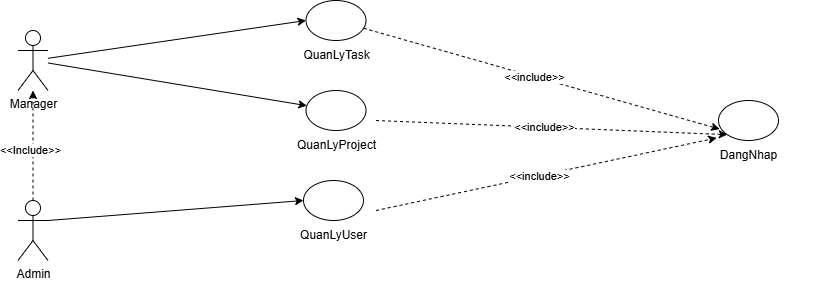
chickenlazy/college keeps this draw.io diagram as Báo Cáo/UC/college-UC Chinh.drawio.png. Above is the earlier version. Source tidied: cells renumbered, new cells last; positions are measured from the earlier drawing's top-left corner, leaving out a move shared by most shapes.
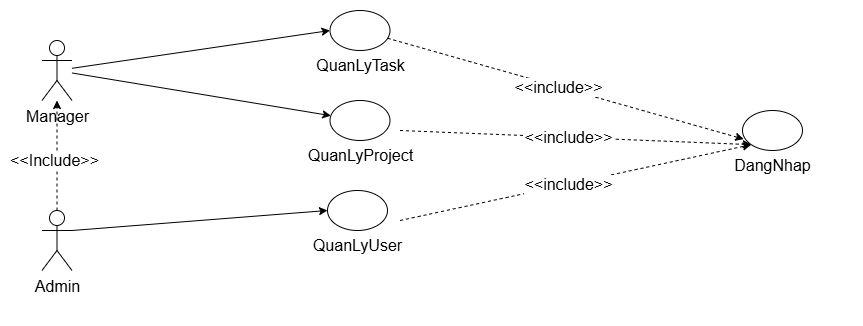
Above is the later version.

Change to the diagram source:
```diff
@@ -2,83 +2,83 @@
   <root>
     <mxCell id="0" />
     <mxCell id="1" parent="0" />
-    <mxCell id="2" style="group;" parent="1" vertex="1">
+    <mxCell id="2" style="group;fontSize=16;" parent="1" vertex="1">
       <mxGeometry x="650" y="100" width="160" height="70" as="geometry" />
     </mxCell>
-    <mxCell id="3" style="ellipse;whiteSpace=wrap;html=1;" parent="2" vertex="1">
+    <mxCell id="3" style="ellipse;whiteSpace=wrap;html=1;fontSize=16;" parent="2" vertex="1">
       <mxGeometry x="50" width="60" height="40" as="geometry" />
     </mxCell>
-    <mxCell id="4" value="DangNhap" style="text;html=1;align=center;verticalAlign=middle;points=[];strokeColor=none;fillColor=none;" parent="2" vertex="1">
-      <mxGeometry x="40" y="40" width="80" height="30" as="geometry" />
+    <mxCell id="4" value="DangNhap" style="text;html=1;align=center;verticalAlign=middle;points=[];strokeColor=none;fillColor=none;fontSize=16;" parent="2" vertex="1">
+      <mxGeometry x="30" y="40" width="100" height="30" as="geometry" />
     </mxCell>
-    <mxCell id="5" value="Admin&lt;div&gt;&lt;br&gt;&lt;/div&gt;" style="shape=umlActor;verticalLabelPosition=bottom;verticalAlign=top;html=1;outlineConnect=0;" parent="1" vertex="1">
+    <mxCell id="5" value="Admin&lt;div&gt;&lt;br&gt;&lt;/div&gt;" style="shape=umlActor;verticalLabelPosition=bottom;verticalAlign=top;html=1;outlineConnect=0;fontSize=16;" parent="1" vertex="1">
       <mxGeometry x="-0.5" y="200" width="30" height="60" as="geometry" />
     </mxCell>
-    <mxCell id="6" value="Manager" style="shape=umlActor;verticalLabelPosition=bottom;verticalAlign=top;html=1;outlineConnect=0;" parent="1" vertex="1">
+    <mxCell id="6" value="Manager" style="shape=umlActor;verticalLabelPosition=bottom;verticalAlign=top;html=1;outlineConnect=0;fontSize=16;" parent="1" vertex="1">
       <mxGeometry x="-0.5" y="30" width="30" height="60" as="geometry" />
     </mxCell>
-    <mxCell id="7" style="group;" parent="1" vertex="1">
+    <mxCell id="7" style="group;fontSize=16;" parent="1" vertex="1">
       <mxGeometry x="237.5" y="90" width="160" height="70" as="geometry" />
     </mxCell>
-    <mxCell id="8" style="ellipse;whiteSpace=wrap;html=1;" parent="7" vertex="1">
+    <mxCell id="8" style="ellipse;whiteSpace=wrap;html=1;fontSize=16;" parent="7" vertex="1">
       <mxGeometry x="50" width="60" height="40" as="geometry" />
     </mxCell>
-    <mxCell id="9" value="QuanLyProject" style="text;html=1;align=center;verticalAlign=middle;strokeColor=none;fillColor=none;" parent="7" vertex="1">
-      <mxGeometry x="30" y="40" width="100" height="30" as="geometry" />
+    <mxCell id="9" value="QuanLyProject" style="text;html=1;align=center;verticalAlign=middle;strokeColor=none;fillColor=none;fontSize=16;" parent="7" vertex="1">
+      <mxGeometry x="15" y="40" width="130" height="30" as="geometry" />
     </mxCell>
-    <mxCell id="10" style="group;" parent="1" vertex="1">
+    <mxCell id="10" style="group;fontSize=16;" parent="1" vertex="1">
       <mxGeometry x="237.5" width="160" height="70" as="geometry" />
     </mxCell>
-    <mxCell id="11" style="ellipse;whiteSpace=wrap;html=1;" parent="10" vertex="1">
+    <mxCell id="11" style="ellipse;whiteSpace=wrap;html=1;fontSize=16;" parent="10" vertex="1">
       <mxGeometry x="50" width="60" height="40" as="geometry" />
     </mxCell>
-    <mxCell id="12" value="QuanLyTask" style="text;html=1;align=center;verticalAlign=middle;strokeColor=none;fillColor=none;" parent="10" vertex="1">
-      <mxGeometry x="35" y="40" width="90" height="30" as="geometry" />
+    <mxCell id="12" value="QuanLyTask" style="text;html=1;align=center;verticalAlign=middle;strokeColor=none;fillColor=none;fontSize=16;" parent="10" vertex="1">
+      <mxGeometry x="25" y="40" width="110" height="30" as="geometry" />
     </mxCell>
-    <mxCell id="13" style="group;" parent="1" vertex="1">
+    <mxCell id="13" style="group;fontSize=16;" parent="1" vertex="1">
       <mxGeometry x="235" y="180" width="160" height="70" as="geometry" />
     </mxCell>
-    <mxCell id="14" style="ellipse;whiteSpace=wrap;html=1;" parent="13" vertex="1">
+    <mxCell id="14" style="ellipse;whiteSpace=wrap;html=1;fontSize=16;" parent="13" vertex="1">
       <mxGeometry x="50" width="60" height="40" as="geometry" />
     </mxCell>
-    <mxCell id="15" value="QuanLyUser" style="text;html=1;align=center;verticalAlign=middle;strokeColor=none;fillColor=none;" parent="13" vertex="1">
-      <mxGeometry x="35" y="40" width="90" height="30" as="geometry" />
+    <mxCell id="15" value="QuanLyUser" style="text;html=1;align=center;verticalAlign=middle;strokeColor=none;fillColor=none;fontSize=16;" parent="13" vertex="1">
+      <mxGeometry x="25" y="40" width="110" height="30" as="geometry" />
     </mxCell>
-    <mxCell id="16" style="endArrow=classic;html=1;rounded=0;entryX=0;entryY=0.5;entryDx=0;entryDy=0;" parent="1" edge="1" source="6" target="11">
+    <mxCell id="16" style="endArrow=classic;html=1;rounded=0;entryX=0;entryY=0.5;entryDx=0;entryDy=0;fontSize=16;" parent="1" edge="1" source="6" target="11">
       <mxGeometry relative="1" as="geometry" />
     </mxCell>
-    <mxCell id="17" style="endArrow=classic;html=1;rounded=0;" parent="1" edge="1" source="6" target="8">
+    <mxCell id="17" style="endArrow=classic;html=1;rounded=0;fontSize=16;" parent="1" edge="1" source="6" target="8">
       <mxGeometry relative="1" as="geometry" />
     </mxCell>
-    <mxCell id="18" style="endArrow=classic;html=1;rounded=0;entryX=0;entryY=0.5;entryDx=0;entryDy=0;exitX=1;exitY=0.3333333333333333;exitDx=0;exitDy=0;exitPerimeter=0;" parent="1" edge="1" source="5" target="14">
+    <mxCell id="18" style="endArrow=classic;html=1;rounded=0;entryX=0;entryY=0.5;entryDx=0;entryDy=0;exitX=1;exitY=0.3333333333333333;exitDx=0;exitDy=0;exitPerimeter=0;fontSize=16;" parent="1" edge="1" source="5" target="14">
       <mxGeometry relative="1" as="geometry" />
     </mxCell>
-    <mxCell id="19" style="endArrow=classic;html=1;rounded=0;dashed=1;entryX=0;entryY=1;entryDx=0;entryDy=0;" parent="1" edge="1" target="3">
+    <mxCell id="19" style="endArrow=classic;html=1;rounded=0;dashed=1;entryX=0;entryY=1;entryDx=0;entryDy=0;fontSize=16;" parent="1" edge="1" target="3">
       <mxGeometry relative="1" as="geometry">
         <mxPoint x="357.5" y="120" as="sourcePoint" />
       </mxGeometry>
     </mxCell>
-    <mxCell id="20" value="&amp;lt;&amp;lt;include&amp;gt;&amp;gt;" style="edgeLabel;html=1;align=center;verticalAlign=middle;" parent="19" vertex="1">
+    <mxCell id="20" value="&amp;lt;&amp;lt;include&amp;gt;&amp;gt;" style="edgeLabel;html=1;align=center;verticalAlign=middle;fontSize=16;" parent="19" vertex="1">
       <mxGeometry x="-0.04" relative="1" as="geometry" />
     </mxCell>
-    <mxCell id="21" style="endArrow=classic;html=1;rounded=0;dashed=1;entryX=0.103;entryY=-0.086;entryDx=0;entryDy=0;entryPerimeter=0;" parent="1" edge="1" target="4">
+    <mxCell id="21" style="endArrow=classic;html=1;rounded=0;dashed=1;entryX=0;entryY=1;entryDx=0;entryDy=0;fontSize=16;" parent="1" edge="1" target="3">
       <mxGeometry relative="1" as="geometry">
         <mxPoint x="357.5" y="210" as="sourcePoint" />
       </mxGeometry>
     </mxCell>
-    <mxCell id="22" value="&amp;lt;&amp;lt;include&amp;gt;&amp;gt;" style="edgeLabel;html=1;align=center;verticalAlign=middle;" parent="21" vertex="1">
+    <mxCell id="22" value="&amp;lt;&amp;lt;include&amp;gt;&amp;gt;" style="edgeLabel;html=1;align=center;verticalAlign=middle;fontSize=16;" parent="21" vertex="1">
       <mxGeometry x="-0.04" relative="1" as="geometry" />
     </mxCell>
-    <mxCell id="23" style="endArrow=classic;html=1;rounded=0;dashed=1;entryX=0.02;entryY=0.715;entryDx=0;entryDy=0;entryPerimeter=0;" parent="1" edge="1" source="11" target="3">
+    <mxCell id="23" style="endArrow=classic;html=1;rounded=0;dashed=1;entryX=0.02;entryY=0.715;entryDx=0;entryDy=0;entryPerimeter=0;fontSize=16;" parent="1" edge="1" source="11" target="3">
       <mxGeometry relative="1" as="geometry" />
     </mxCell>
-    <mxCell id="24" value="&amp;lt;&amp;lt;include&amp;gt;&amp;gt;" style="edgeLabel;html=1;align=center;verticalAlign=middle;" parent="23" vertex="1">
+    <mxCell id="24" value="&amp;lt;&amp;lt;include&amp;gt;&amp;gt;" style="edgeLabel;html=1;align=center;verticalAlign=middle;fontSize=16;" parent="23" vertex="1">
       <mxGeometry x="-0.04" relative="1" as="geometry" />
     </mxCell>
-    <mxCell id="25" style="edgeStyle=orthogonalEdgeStyle;rounded=0;jettySize=auto;html=1;dashed=1;exitX=0.5;exitY=0;exitDx=0;exitDy=0;exitPerimeter=0;" parent="1" edge="1" source="5" target="6">
+    <mxCell id="25" style="edgeStyle=orthogonalEdgeStyle;rounded=0;jettySize=auto;html=1;dashed=1;exitX=0.5;exitY=0;exitDx=0;exitDy=0;exitPerimeter=0;fontSize=16;" parent="1" edge="1" source="5" target="6">
       <mxGeometry relative="1" as="geometry" />
     </mxCell>
-    <mxCell id="26" value="&amp;lt;&amp;lt;Include&amp;gt;&amp;gt;" style="edgeLabel;html=1;align=center;verticalAlign=middle;" parent="25" vertex="1">
+    <mxCell id="26" value="&amp;lt;&amp;lt;Include&amp;gt;&amp;gt;" style="edgeLabel;html=1;align=center;verticalAlign=middle;fontSize=16;" parent="25" vertex="1">
       <mxGeometry x="-0.07" y="3" relative="1" as="geometry" />
     </mxCell>
   </root>
```
